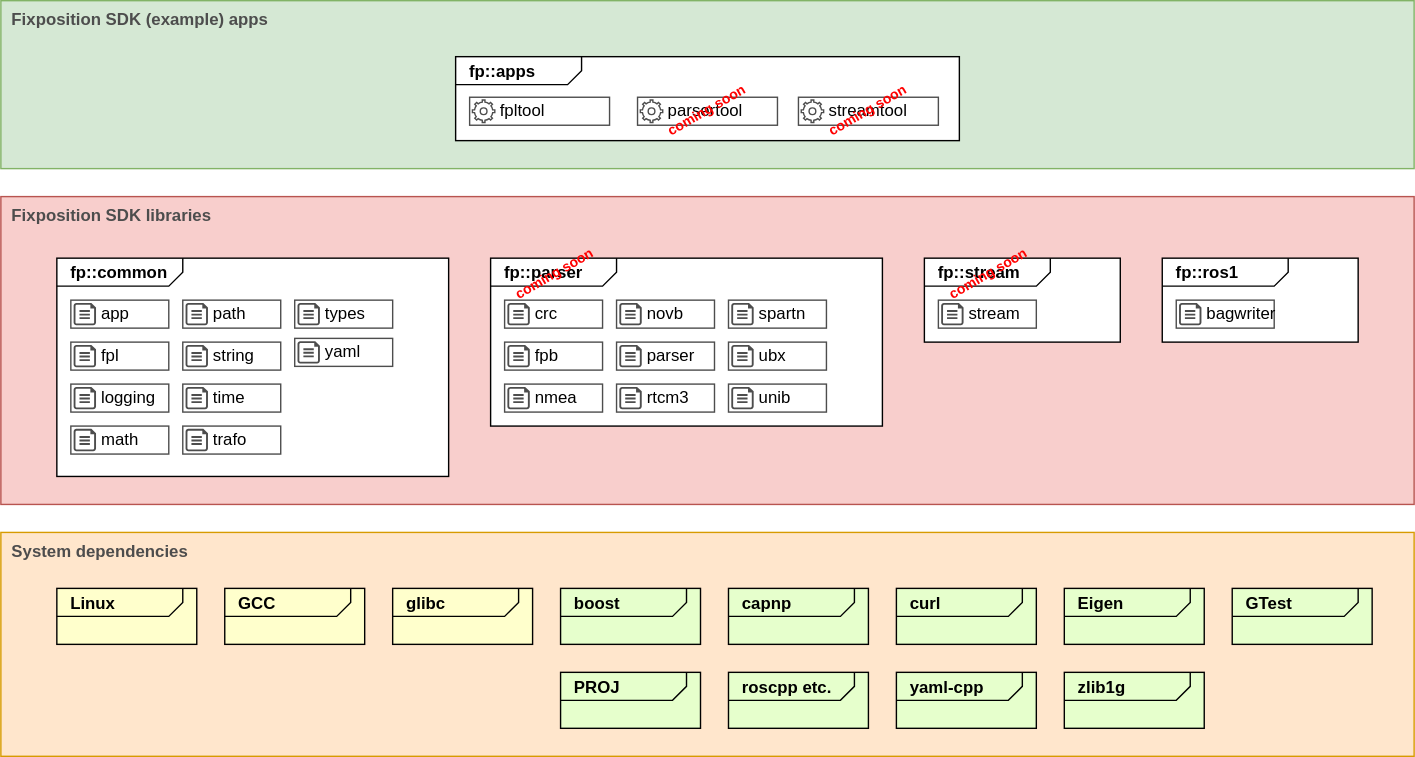
Earlier version of the draw.io export doc/fpsdk-overview.drawio.svg (fixposition/fixposition-sdk). Source tidied: cells renumbered, new cells last; positions are measured from the earlier drawing's top-left corner, leaving out a move shared by most shapes.
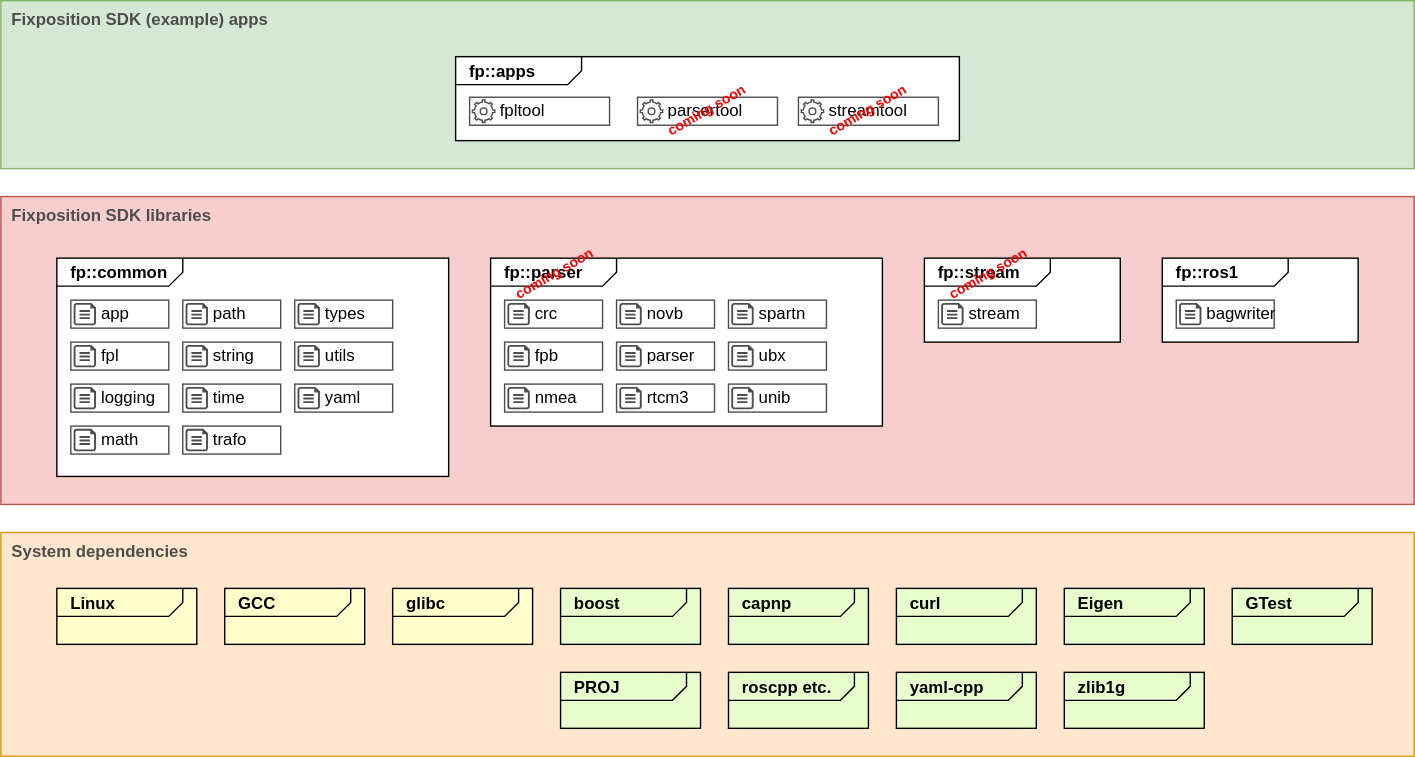
The same diagram one commit later.

Commit message:
add utils, move version info stuff

What changed in the source:
```diff
@@ -42,9 +42,9 @@
       <mxGeometry x="660" y="184" width="140" height="60" as="geometry" />
     </mxCell>
     <mxCell id="15" style="group;" parent="1" vertex="1">
-      <mxGeometry x="210" y="241.3" width="70" height="20" as="geometry" />
+      <mxGeometry x="210" y="244" width="70" height="20" as="geometry" />
     </mxCell>
-    <mxCell id="16" value="yaml" style="whiteSpace=wrap;html=1;strokeColor=#4D4D4D;strokeWidth=1;fontSize=12;fillColor=default;align=left;spacingLeft=20;" parent="15" vertex="1">
+    <mxCell id="16" value="utils" style="whiteSpace=wrap;html=1;strokeColor=#4D4D4D;strokeWidth=1;fontSize=12;fillColor=default;align=left;spacingLeft=20;" parent="15" vertex="1">
       <mxGeometry width="70" height="20" as="geometry" />
     </mxCell>
     <mxCell id="17" style="verticalLabelPosition=bottom;html=1;verticalAlign=top;align=center;strokeColor=none;fillColor=#4D4D4D;shape=mxgraph.azure.cloud_services_configuration_file;fontSize=12;" parent="15" vertex="1">
@@ -290,5 +290,14 @@
     <mxCell id="97" style="verticalLabelPosition=bottom;html=1;verticalAlign=top;align=center;strokeColor=none;fillColor=#4D4D4D;shape=mxgraph.azure.cloud_services_configuration_file;fontSize=12;" parent="95" vertex="1">
       <mxGeometry x="2" y="2" width="16" height="16" as="geometry" />
     </mxCell>
+    <mxCell id="98" style="group;" parent="1" vertex="1">
+      <mxGeometry x="210" y="274" width="70" height="20" as="geometry" />
+    </mxCell>
+    <mxCell id="99" value="yaml" style="whiteSpace=wrap;html=1;strokeColor=#4D4D4D;strokeWidth=1;fontSize=12;fillColor=default;align=left;spacingLeft=20;" parent="98" vertex="1">
+      <mxGeometry width="70" height="20" as="geometry" />
+    </mxCell>
+    <mxCell id="100" style="verticalLabelPosition=bottom;html=1;verticalAlign=top;align=center;strokeColor=none;fillColor=#4D4D4D;shape=mxgraph.azure.cloud_services_configuration_file;fontSize=12;" parent="98" vertex="1">
+      <mxGeometry x="2" y="2" width="16" height="16" as="geometry" />
+    </mxCell>
   </root>
 </mxGraphModel>
```
